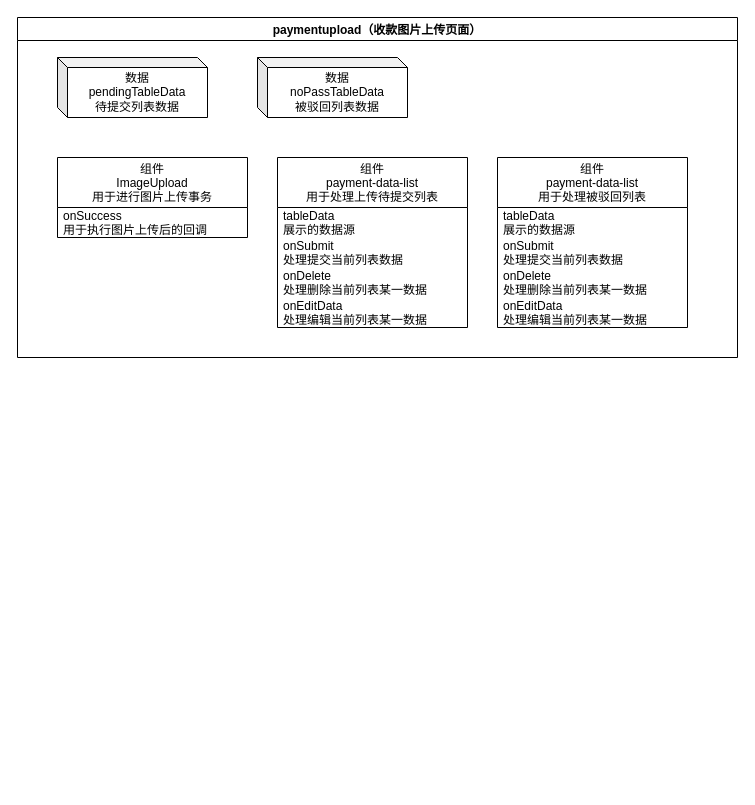
Earlier version of the draw.io diagram 软通建投项目交接.drawio (alphaAE/Diagrams). Source tidied: cells renumbered, new cells numbered last; positions are measured from the earlier drawing's top-left corner, leaving out a move shared by most shapes. Both pictures are drawn from the tidied source at 100%, with x=0, y=0 at pixel (17, 17).
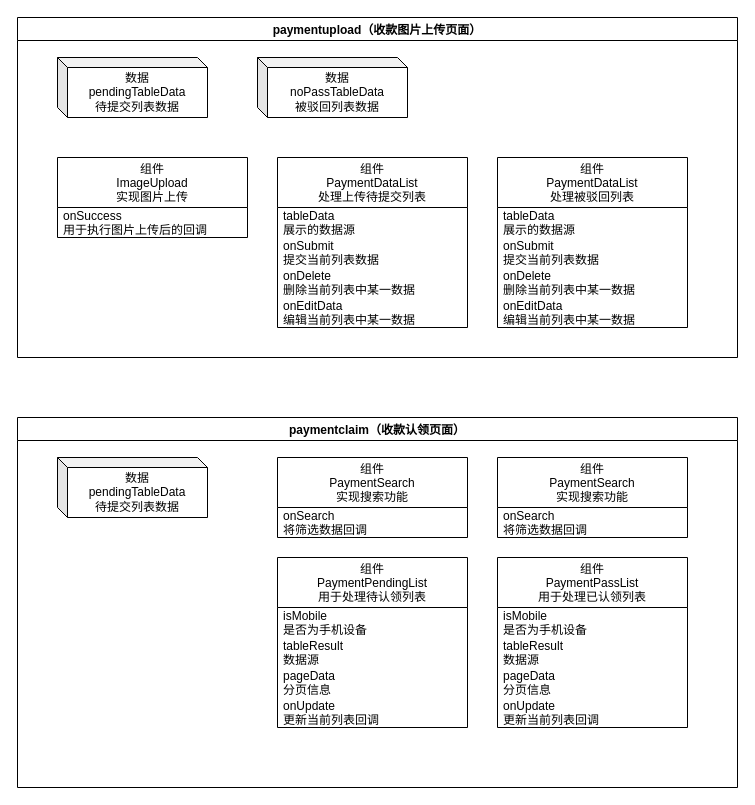
After the change.

Commit message (it also covers changes not shown here):
更新软通建投项目交接.drawio

Unchanged cells that the change refers to:
```xml
<mxCell id="2" value="paymentupload（收款图片上传页面）" style="swimlane;" parent="1" vertex="1">
  <mxGeometry width="720" height="340" as="geometry" />
</mxCell>
```

Diff of the diagram source:
```diff
@@
-    <mxCell id="3" value="组件&#10;ImageUpload&#10;用于进行图片上传事务" style="swimlane;fontStyle=0;horizontal=1;startSize=50;" parent="2" vertex="1">
+    <mxCell id="3" value="组件&#10;ImageUpload&#10;实现图片上传" style="swimlane;fontStyle=0;horizontal=1;startSize=50;" parent="2" vertex="1">
       <mxGeometry x="40" y="140" width="190" height="80" as="geometry" />
     </mxCell>
@@
-    <mxCell id="5" value="组件&#10;payment-data-list&#10;用于处理上传待提交列表" style="swimlane;fontStyle=0;horizontal=1;startSize=50;" parent="2" vertex="1">
+    <mxCell id="5" value="组件&#10;PaymentDataList&#10;处理上传待提交列表" style="swimlane;fontStyle=0;horizontal=1;startSize=50;" parent="2" vertex="1">
       <mxGeometry x="260" y="140" width="190" height="170" as="geometry" />
     </mxCell>
@@
-    <mxCell id="7" value="onSubmit&#10;处理提交当前列表数据" style="text;strokeColor=none;fillColor=none;align=left;verticalAlign=middle;spacingLeft=4;spacingRight=4;overflow=hidden;" parent="5" vertex="1">
+    <mxCell id="7" value="onSubmit&#10;提交当前列表数据" style="text;strokeColor=none;fillColor=none;align=left;verticalAlign=middle;spacingLeft=4;spacingRight=4;overflow=hidden;" parent="5" vertex="1">
       <mxGeometry y="80" width="190" height="30" as="geometry" />
     </mxCell>
-    <mxCell id="8" value="onDelete&#10;处理删除当前列表某一数据" style="text;strokeColor=none;fillColor=none;align=left;verticalAlign=middle;spacingLeft=4;spacingRight=4;overflow=hidden;" parent="5" vertex="1">
+    <mxCell id="8" value="onDelete&#10;删除当前列表中某一数据" style="text;strokeColor=none;fillColor=none;align=left;verticalAlign=middle;spacingLeft=4;spacingRight=4;overflow=hidden;" parent="5" vertex="1">
       <mxGeometry y="110" width="190" height="30" as="geometry" />
     </mxCell>
-    <mxCell id="9" value="onEditData&#10;处理编辑当前列表某一数据" style="text;strokeColor=none;fillColor=none;align=left;verticalAlign=middle;spacingLeft=4;spacingRight=4;overflow=hidden;" parent="5" vertex="1">
+    <mxCell id="9" value="onEditData&#10;编辑当前列表中某一数据" style="text;strokeColor=none;fillColor=none;align=left;verticalAlign=middle;spacingLeft=4;spacingRight=4;overflow=hidden;" parent="5" vertex="1">
       <mxGeometry y="140" width="190" height="30" as="geometry" />
     </mxCell>
-    <mxCell id="10" value="组件&#10;payment-data-list&#10;用于处理被驳回列表" style="swimlane;fontStyle=0;horizontal=1;startSize=50;" parent="2" vertex="1">
+    <mxCell id="10" value="组件&#10;PaymentDataList&#10;处理被驳回列表" style="swimlane;fontStyle=0;horizontal=1;startSize=50;" parent="2" vertex="1">
       <mxGeometry x="480" y="140" width="190" height="170" as="geometry" />
     </mxCell>
@@
-    <mxCell id="12" value="onSubmit&#10;处理提交当前列表数据" style="text;strokeColor=none;fillColor=none;align=left;verticalAlign=middle;spacingLeft=4;spacingRight=4;overflow=hidden;" parent="10" vertex="1">
+    <mxCell id="12" value="onSubmit&#10;提交当前列表数据" style="text;strokeColor=none;fillColor=none;align=left;verticalAlign=middle;spacingLeft=4;spacingRight=4;overflow=hidden;" parent="10" vertex="1">
       <mxGeometry y="80" width="190" height="30" as="geometry" />
     </mxCell>
-    <mxCell id="13" value="onDelete&#10;处理删除当前列表某一数据" style="text;strokeColor=none;fillColor=none;align=left;verticalAlign=middle;spacingLeft=4;spacingRight=4;overflow=hidden;" parent="10" vertex="1">
+    <mxCell id="13" value="onDelete&#10;删除当前列表中某一数据" style="text;strokeColor=none;fillColor=none;align=left;verticalAlign=middle;spacingLeft=4;spacingRight=4;overflow=hidden;" parent="10" vertex="1">
       <mxGeometry y="110" width="190" height="30" as="geometry" />
     </mxCell>
-    <mxCell id="14" value="onEditData&#10;处理编辑当前列表某一数据" style="text;strokeColor=none;fillColor=none;align=left;verticalAlign=middle;spacingLeft=4;spacingRight=4;overflow=hidden;" parent="10" vertex="1">
+    <mxCell id="14" value="onEditData&#10;编辑当前列表中某一数据" style="text;strokeColor=none;fillColor=none;align=left;verticalAlign=middle;spacingLeft=4;spacingRight=4;overflow=hidden;" parent="10" vertex="1">
       <mxGeometry y="140" width="190" height="30" as="geometry" />
     </mxCell>
@@
+    <mxCell id="17" value="paymentclaim（收款认领页面）" style="swimlane;" parent="1" vertex="1">
+      <mxGeometry y="400" width="720" height="370" as="geometry" />
+    </mxCell>
+    <mxCell id="18" value="组件&#10;PaymentSearch&#10;实现搜索功能" style="swimlane;fontStyle=0;horizontal=1;startSize=50;" parent="17" vertex="1">
+      <mxGeometry x="260" y="40" width="190" height="80" as="geometry" />
+    </mxCell>
+    <mxCell id="19" value="onSearch&#10;将筛选数据回调" style="text;strokeColor=none;fillColor=none;align=left;verticalAlign=middle;spacingLeft=4;spacingRight=4;overflow=hidden;" parent="18" vertex="1">
+      <mxGeometry y="50" width="190" height="30" as="geometry" />
+    </mxCell>
+    <mxCell id="20" value="组件&#10;PaymentPendingList&#10;用于处理待认领列表" style="swimlane;fontStyle=0;horizontal=1;startSize=50;" parent="17" vertex="1">
+      <mxGeometry x="260" y="140" width="190" height="170" as="geometry" />
+    </mxCell>
+    <mxCell id="21" value="isMobile&#10;是否为手机设备" style="text;strokeColor=none;fillColor=none;align=left;verticalAlign=middle;spacingLeft=4;spacingRight=4;overflow=hidden;" parent="20" vertex="1">
+      <mxGeometry y="50" width="190" height="30" as="geometry" />
+    </mxCell>
+    <mxCell id="22" value="tableResult&#10;数据源" style="text;strokeColor=none;fillColor=none;align=left;verticalAlign=middle;spacingLeft=4;spacingRight=4;overflow=hidden;" parent="20" vertex="1">
+      <mxGeometry y="80" width="190" height="30" as="geometry" />
+    </mxCell>
+    <mxCell id="23" value="pageData&#10;分页信息" style="text;strokeColor=none;fillColor=none;align=left;verticalAlign=middle;spacingLeft=4;spacingRight=4;overflow=hidden;" parent="20" vertex="1">
+      <mxGeometry y="110" width="190" height="30" as="geometry" />
+    </mxCell>
+    <mxCell id="24" value="onUpdate&#10;更新当前列表回调" style="text;strokeColor=none;fillColor=none;align=left;verticalAlign=middle;spacingLeft=4;spacingRight=4;overflow=hidden;" parent="20" vertex="1">
+      <mxGeometry y="140" width="190" height="30" as="geometry" />
+    </mxCell>
+    <mxCell id="25" value="组件&#10;PaymentPassList&#10;用于处理已认领列表" style="swimlane;fontStyle=0;horizontal=1;startSize=50;" parent="17" vertex="1">
+      <mxGeometry x="480" y="140" width="190" height="170" as="geometry" />
+    </mxCell>
+    <mxCell id="26" value="isMobile&#10;是否为手机设备" style="text;strokeColor=none;fillColor=none;align=left;verticalAlign=middle;spacingLeft=4;spacingRight=4;overflow=hidden;" parent="25" vertex="1">
+      <mxGeometry y="50" width="190" height="30" as="geometry" />
+    </mxCell>
+    <mxCell id="27" value="tableResult&#10;数据源" style="text;strokeColor=none;fillColor=none;align=left;verticalAlign=middle;spacingLeft=4;spacingRight=4;overflow=hidden;" parent="25" vertex="1">
+      <mxGeometry y="80" width="190" height="30" as="geometry" />
+    </mxCell>
+    <mxCell id="28" value="pageData&#10;分页信息" style="text;strokeColor=none;fillColor=none;align=left;verticalAlign=middle;spacingLeft=4;spacingRight=4;overflow=hidden;" parent="25" vertex="1">
+      <mxGeometry y="110" width="190" height="30" as="geometry" />
+    </mxCell>
+    <mxCell id="29" value="onUpdate&#10;更新当前列表回调" style="text;strokeColor=none;fillColor=none;align=left;verticalAlign=middle;spacingLeft=4;spacingRight=4;overflow=hidden;" parent="25" vertex="1">
+      <mxGeometry y="140" width="190" height="30" as="geometry" />
+    </mxCell>
+    <mxCell id="30" value="数据&lt;br&gt;pendingTableData&lt;br&gt;待提交列表数据" style="shape=cube;whiteSpace=wrap;html=1;boundedLbl=1;backgroundOutline=1;darkOpacity=0.05;darkOpacity2=0.1;fillColor=default;size=10;" parent="17" vertex="1">
+      <mxGeometry x="40" y="40" width="150" height="60" as="geometry" />
+    </mxCell>
+    <mxCell id="31" value="组件&#10;PaymentSearch&#10;实现搜索功能" style="swimlane;fontStyle=0;horizontal=1;startSize=50;" parent="17" vertex="1">
+      <mxGeometry x="480" y="40" width="190" height="80" as="geometry" />
+    </mxCell>
+    <mxCell id="32" value="onSearch&#10;将筛选数据回调" style="text;strokeColor=none;fillColor=none;align=left;verticalAlign=middle;spacingLeft=4;spacingRight=4;overflow=hidden;" parent="31" vertex="1">
+      <mxGeometry y="50" width="190" height="30" as="geometry" />
+    </mxCell>
```
